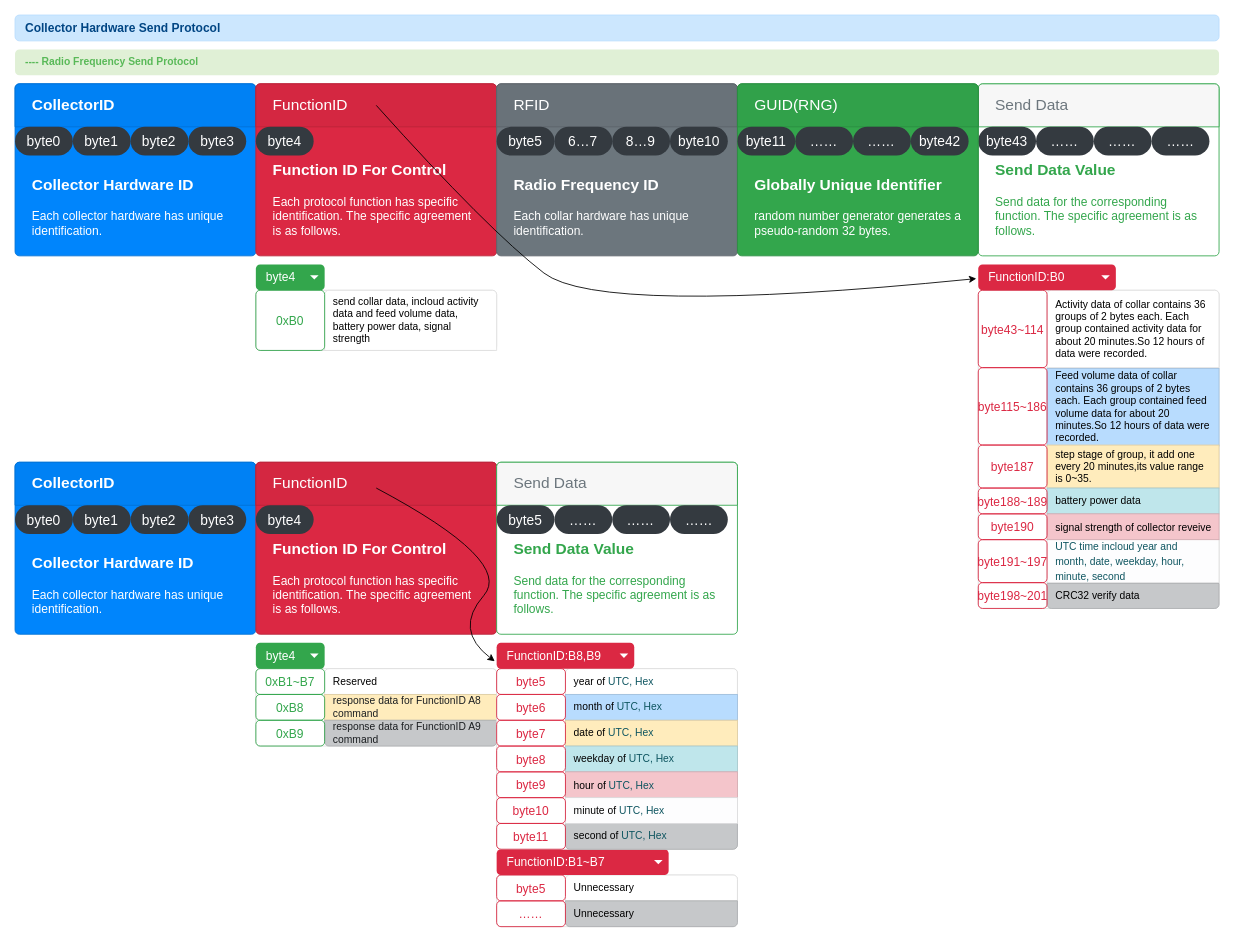
The draw.io diagram page "Collector Hardware Send Protocol" (2 of 5) of Doc/Hardware Protocol.drawio in phoenix9668/Collector, before the edit. Source tidied: cells renumbered, new cells numbered last; positions are measured from the earlier drawing's top-left corner, leaving out a move shared by most shapes. Both pictures are drawn from the tidied source at 86%, with x=0, y=0 at pixel (15, 15).
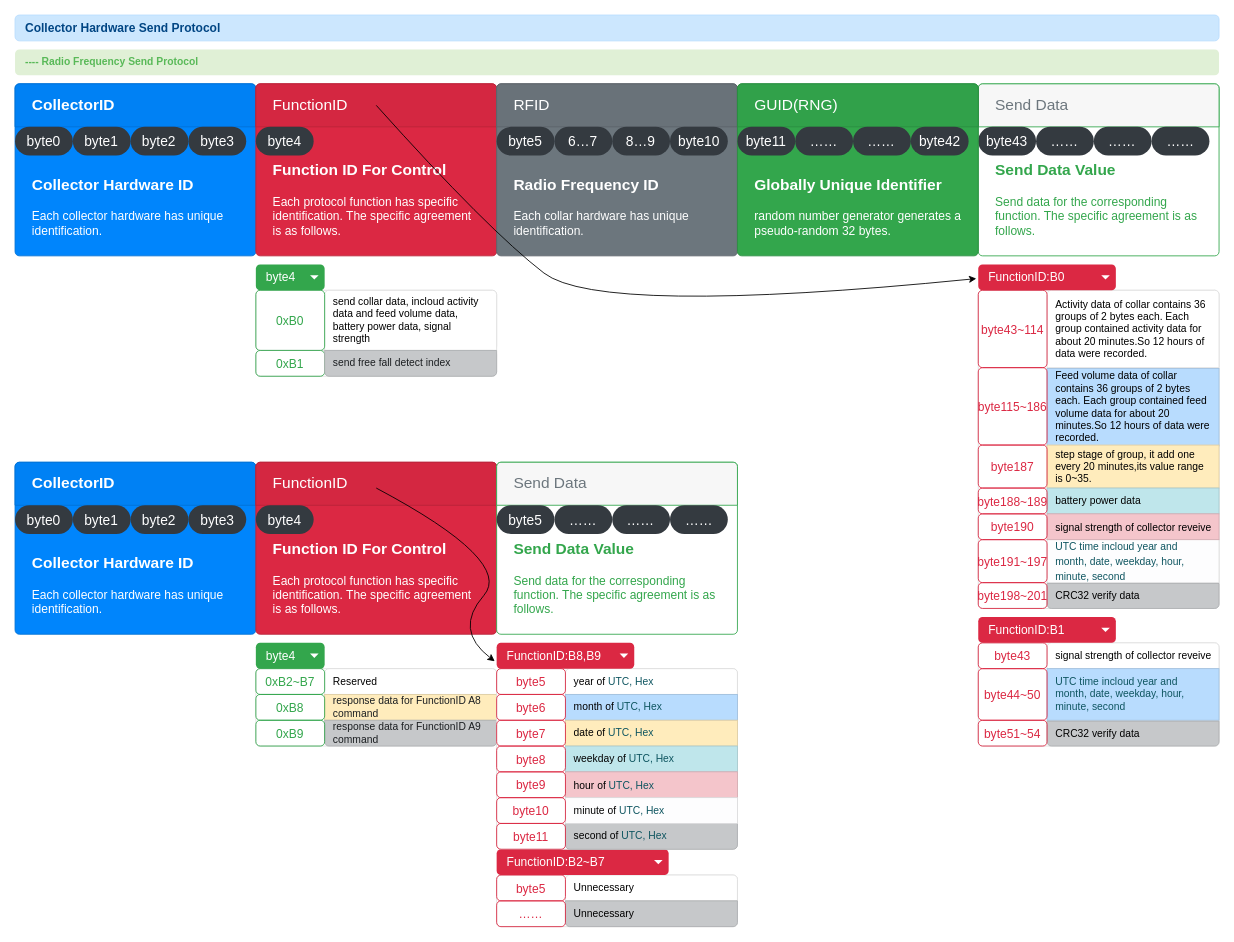
After the change.

The change refers to these unchanged cells:
```xml
<mxCell id="2" style="html=1;shadow=0;dashed=0;shape=mxgraph.bootstrap.rrect;rSize=5;strokeColor=#DFDFDF;html=1;whiteSpace=wrap;fillColor=#FFFFFF;fontColor=#000000;" parent="1" vertex="1">
  <mxGeometry x="280" y="760" width="280" height="90" as="geometry" />
</mxCell>
```

The edit, as a diff of the source:
```diff
@@
-    <mxCell id="6" value="&lt;span style=&quot;font-size: 14px&quot;&gt;0xB1~B7&lt;/span&gt;" style="html=1;shadow=0;dashed=0;shape=mxgraph.bootstrap.rrect;rSize=5;strokeColor=#33A64C;strokeWidth=1;fillColor=none;fontColor=#33A64C;whiteSpace=wrap;align=center;verticalAlign=middle;spacingLeft=0;fontStyle=0;fontSize=16;spacing=5;" parent="2" vertex="1">
+    <mxCell id="6" value="&lt;span style=&quot;font-size: 14px&quot;&gt;0xB2~B7&lt;/span&gt;" style="html=1;shadow=0;dashed=0;shape=mxgraph.bootstrap.rrect;rSize=5;strokeColor=#33A64C;strokeWidth=1;fillColor=none;fontColor=#33A64C;whiteSpace=wrap;align=center;verticalAlign=middle;spacingLeft=0;fontStyle=0;fontSize=16;spacing=5;" parent="2" vertex="1">
       <mxGeometry width="80" height="30" as="geometry" />
     </mxCell>
@@
-    <mxCell id="61" value="FunctionID:B1~B7" style="html=1;shadow=0;dashed=0;shape=mxgraph.bootstrap.rrect;rSize=5;strokeColor=none;strokeWidth=1;fillColor=#DB2843;fontColor=#ffffff;whiteSpace=wrap;align=left;verticalAlign=middle;fontStyle=0;fontSize=14;spacingLeft=10;" parent="1" vertex="1">
+    <mxCell id="61" value="FunctionID:B2~B7" style="html=1;shadow=0;dashed=0;shape=mxgraph.bootstrap.rrect;rSize=5;strokeColor=none;strokeWidth=1;fillColor=#DB2843;fontColor=#ffffff;whiteSpace=wrap;align=left;verticalAlign=middle;fontStyle=0;fontSize=14;spacingLeft=10;" parent="1" vertex="1">
       <mxGeometry x="560" y="970" width="200" height="30" as="geometry" />
     </mxCell>
@@
+    <mxCell id="103" style="html=1;shadow=0;dashed=0;shape=mxgraph.bootstrap.rrect;rSize=5;strokeColor=#DFDFDF;html=1;whiteSpace=wrap;fillColor=#FFFFFF;fontColor=#000000;" parent="1" vertex="1">
+      <mxGeometry x="280" y="390" width="280" height="30" as="geometry" />
+    </mxCell>
+    <mxCell id="104" value="&lt;font style=&quot;font-size: 14px&quot;&gt;0xB1&lt;/font&gt;" style="html=1;shadow=0;dashed=0;shape=mxgraph.bootstrap.rrect;rSize=5;strokeColor=#33A64C;strokeWidth=1;fillColor=none;fontColor=#33A64C;whiteSpace=wrap;align=center;verticalAlign=middle;spacingLeft=0;fontStyle=0;fontSize=16;spacing=5;" parent="103" vertex="1">
+      <mxGeometry width="80" height="30" as="geometry" />
+    </mxCell>
+    <mxCell id="105" value="send free fall detect index" style="html=1;shadow=0;dashed=0;shape=mxgraph.bootstrap.bottomButton;fillColor=#C6C8CA;strokeColor=#ADAFB1;fontColor=#1B1E21;rSize=5;perimeter=none;whiteSpace=wrap;align=left;spacing=10;" parent="103" vertex="1">
+      <mxGeometry x="80" width="200" height="30" as="geometry" />
+    </mxCell>
+    <mxCell id="106" style="html=1;shadow=0;dashed=0;shape=mxgraph.bootstrap.rrect;rSize=5;strokeColor=#DFDFDF;html=1;whiteSpace=wrap;fillColor=#FFFFFF;fontColor=#000000;" parent="1" vertex="1">
+      <mxGeometry x="1120" y="730" width="280" height="120" as="geometry" />
+    </mxCell>
+    <mxCell id="107" value="signal strength of collector reveive" style="strokeColor=inherit;fillColor=inherit;gradientColor=inherit;fontColor=inherit;html=1;shadow=0;dashed=0;shape=mxgraph.bootstrap.topButton;rSize=5;perimeter=none;whiteSpace=wrap;align=left;spacing=10;" parent="106" vertex="1">
+      <mxGeometry width="200" height="30" relative="1" as="geometry">
+        <mxPoint x="80" as="offset" />
+      </mxGeometry>
+    </mxCell>
+    <mxCell id="108" value="&lt;span style=&quot;color: rgb(14 , 85 , 96)&quot;&gt;UTC time incloud year and month, date, weekday, hour, minute, second&lt;/span&gt;" style="html=1;fillColor=#B8DCFE;strokeColor=#A1C0DE;fontColor=#004583;shadow=0;dashed=0;perimeter=none;whiteSpace=wrap;align=left;spacing=10;" parent="106" vertex="1">
+      <mxGeometry width="200" height="60" relative="1" as="geometry">
+        <mxPoint x="80" y="30" as="offset" />
+      </mxGeometry>
+    </mxCell>
+    <mxCell id="109" value="&lt;span style=&quot;color: rgb(0 , 0 , 0)&quot;&gt;CRC32 verify data&lt;/span&gt;" style="html=1;shadow=0;dashed=0;shape=mxgraph.bootstrap.bottomButton;fillColor=#C6C8CA;strokeColor=#ADAFB1;fontColor=#1B1E21;rSize=5;perimeter=none;whiteSpace=wrap;align=left;spacing=10;" parent="106" vertex="1">
+      <mxGeometry y="1" width="200" height="29" relative="1" as="geometry">
+        <mxPoint x="80" y="-29" as="offset" />
+      </mxGeometry>
+    </mxCell>
+    <mxCell id="110" value="&lt;font style=&quot;font-size: 14px&quot; color=&quot;#db2843&quot;&gt;byte43&lt;/font&gt;" style="html=1;shadow=0;dashed=0;shape=mxgraph.bootstrap.rrect;rSize=5;strokeColor=#DB2843;strokeWidth=1;fillColor=none;fontColor=#33A64C;whiteSpace=wrap;align=center;verticalAlign=middle;spacingLeft=0;fontStyle=0;fontSize=16;spacing=5;" parent="106" vertex="1">
+      <mxGeometry width="80" height="30" as="geometry" />
+    </mxCell>
+    <mxCell id="111" value="&lt;span style=&quot;color: rgb(219 , 40 , 67) ; font-size: 14px&quot;&gt;byte51~54&lt;/span&gt;" style="html=1;shadow=0;dashed=0;shape=mxgraph.bootstrap.rrect;rSize=5;strokeColor=#DB2843;strokeWidth=1;fillColor=none;fontColor=#33A64C;whiteSpace=wrap;align=center;verticalAlign=middle;spacingLeft=0;fontStyle=0;fontSize=16;spacing=5;" parent="106" vertex="1">
+      <mxGeometry y="90" width="80" height="30" as="geometry" />
+    </mxCell>
+    <mxCell id="112" value="&lt;font style=&quot;font-size: 14px&quot; color=&quot;#db2843&quot;&gt;byte44~50&lt;/font&gt;" style="html=1;shadow=0;dashed=0;shape=mxgraph.bootstrap.rrect;rSize=5;strokeColor=#DB2843;strokeWidth=1;fillColor=none;fontColor=#33A64C;whiteSpace=wrap;align=center;verticalAlign=middle;spacingLeft=0;fontStyle=0;fontSize=16;spacing=5;" parent="106" vertex="1">
+      <mxGeometry y="30" width="80" height="60" as="geometry" />
+    </mxCell>
+    <mxCell id="113" value="FunctionID:B1" style="html=1;shadow=0;dashed=0;shape=mxgraph.bootstrap.rrect;rSize=5;strokeColor=none;strokeWidth=1;fillColor=#DB2843;fontColor=#ffffff;whiteSpace=wrap;align=left;verticalAlign=middle;fontStyle=0;fontSize=14;spacingLeft=10;" parent="1" vertex="1">
+      <mxGeometry x="1120" y="700" width="160" height="30" as="geometry" />
+    </mxCell>
+    <mxCell id="114" style="shape=triangle;direction=south;fillColor=#ffffff;strokeColor=none;perimeter=none;" parent="113" vertex="1">
+      <mxGeometry x="1" y="0.5" width="10" height="5" relative="1" as="geometry">
+        <mxPoint x="-17" y="-2.5" as="offset" />
+      </mxGeometry>
+    </mxCell>
```
